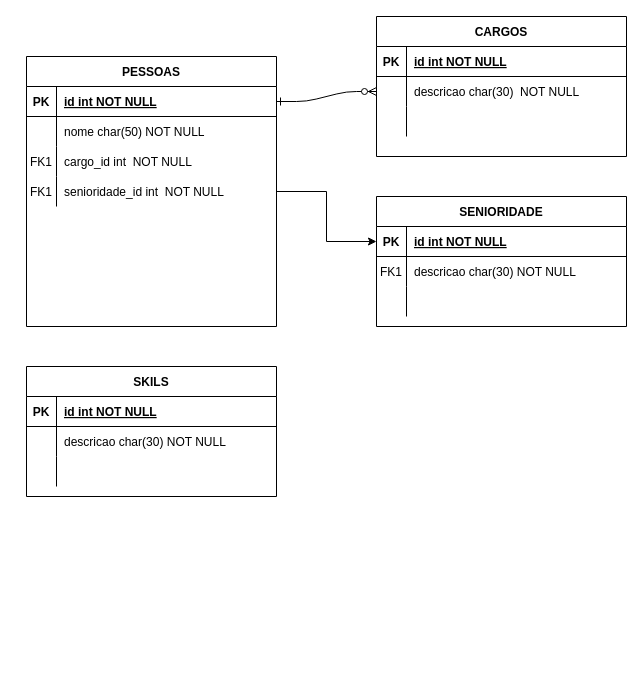
This is Diagrama sem título.drawio from nat-1501/projeto-site, a draw.io file, before an edit. Source tidied: cells renumbered, new cells numbered last; positions are measured from the earlier drawing's top-left corner, leaving out a move shared by most shapes. Both pictures are drawn from the tidied source at 100%, with x=0, y=0 at pixel (26, 16).
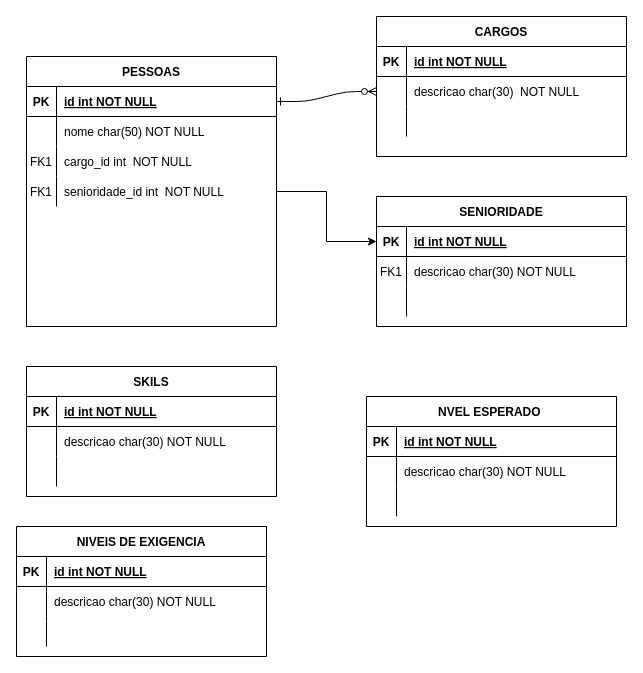
The same diagram, later.

What changed in the source:
```diff
@@
+    <mxCell id="47" value="NIVEIS DE EXIGENCIA" style="shape=table;startSize=30;childLayout=tableLayout;rowLines=0;fontStyle=1;align=center;" parent="1" vertex="1">
+      <mxGeometry x="-10" y="510" width="250" height="130" as="geometry" />
+    </mxCell>
+    <mxCell id="48" style="shape=partialRectangle;fillColor=none;top=0;left=0;right=0;bottom=1;" parent="47" vertex="1">
+      <mxGeometry y="30" width="250" height="30" as="geometry" />
+    </mxCell>
+    <mxCell id="49" value="PK" style="shape=partialRectangle;overflow=hidden;fillColor=none;top=0;left=0;bottom=0;right=0;fontStyle=1;" parent="48" vertex="1">
+      <mxGeometry width="30" height="30" as="geometry" />
+    </mxCell>
+    <mxCell id="50" value="id int NOT NULL " style="shape=partialRectangle;overflow=hidden;fillColor=none;top=0;left=0;bottom=0;right=0;align=left;spacingLeft=6;fontStyle=5;" parent="48" vertex="1">
+      <mxGeometry x="30" width="220" height="30" as="geometry" />
+    </mxCell>
+    <mxCell id="51" style="shape=partialRectangle;fillColor=none;top=0;left=0;right=0;bottom=0;" parent="47" vertex="1">
+      <mxGeometry y="60" width="250" height="30" as="geometry" />
+    </mxCell>
+    <mxCell id="52" style="shape=partialRectangle;overflow=hidden;fillColor=none;top=0;left=0;bottom=0;right=0;" parent="51" vertex="1">
+      <mxGeometry width="30" height="30" as="geometry" />
+    </mxCell>
+    <mxCell id="53" value="descricao char(30) NOT NULL" style="shape=partialRectangle;overflow=hidden;fillColor=none;top=0;left=0;bottom=0;right=0;align=left;spacingLeft=6;" parent="51" vertex="1">
+      <mxGeometry x="30" width="220" height="30" as="geometry" />
+    </mxCell>
+    <mxCell id="54" style="shape=partialRectangle;fillColor=none;top=0;left=0;right=0;bottom=0;" parent="47" vertex="1">
+      <mxGeometry y="90" width="250" height="30" as="geometry" />
+    </mxCell>
+    <mxCell id="55" style="shape=partialRectangle;overflow=hidden;fillColor=none;top=0;left=0;bottom=0;right=0;" parent="54" vertex="1">
+      <mxGeometry width="30" height="30" as="geometry" />
+    </mxCell>
+    <mxCell id="56" style="shape=partialRectangle;overflow=hidden;fillColor=none;top=0;left=0;bottom=0;right=0;align=left;spacingLeft=6;" parent="54" vertex="1">
+      <mxGeometry x="30" width="220" height="30" as="geometry" />
+    </mxCell>
+    <mxCell id="57" value="NVEL ESPERADO " style="shape=table;startSize=30;childLayout=tableLayout;rowLines=0;fontStyle=1;align=center;" parent="1" vertex="1">
+      <mxGeometry x="340" y="380" width="250" height="130" as="geometry" />
+    </mxCell>
+    <mxCell id="58" style="shape=partialRectangle;fillColor=none;top=0;left=0;right=0;bottom=1;" parent="57" vertex="1">
+      <mxGeometry y="30" width="250" height="30" as="geometry" />
+    </mxCell>
+    <mxCell id="59" value="PK" style="shape=partialRectangle;overflow=hidden;fillColor=none;top=0;left=0;bottom=0;right=0;fontStyle=1;" parent="58" vertex="1">
+      <mxGeometry width="30" height="30" as="geometry" />
+    </mxCell>
+    <mxCell id="60" value="id int NOT NULL " style="shape=partialRectangle;overflow=hidden;fillColor=none;top=0;left=0;bottom=0;right=0;align=left;spacingLeft=6;fontStyle=5;" parent="58" vertex="1">
+      <mxGeometry x="30" width="220" height="30" as="geometry" />
+    </mxCell>
+    <mxCell id="61" style="shape=partialRectangle;fillColor=none;top=0;left=0;right=0;bottom=0;" parent="57" vertex="1">
+      <mxGeometry y="60" width="250" height="30" as="geometry" />
+    </mxCell>
+    <mxCell id="62" style="shape=partialRectangle;overflow=hidden;fillColor=none;top=0;left=0;bottom=0;right=0;" parent="61" vertex="1">
+      <mxGeometry width="30" height="30" as="geometry" />
+    </mxCell>
+    <mxCell id="63" value="descricao char(30) NOT NULL" style="shape=partialRectangle;overflow=hidden;fillColor=none;top=0;left=0;bottom=0;right=0;align=left;spacingLeft=6;" parent="61" vertex="1">
+      <mxGeometry x="30" width="220" height="30" as="geometry" />
+    </mxCell>
+    <mxCell id="64" style="shape=partialRectangle;fillColor=none;top=0;left=0;right=0;bottom=0;" parent="57" vertex="1">
+      <mxGeometry y="90" width="250" height="30" as="geometry" />
+    </mxCell>
+    <mxCell id="65" style="shape=partialRectangle;overflow=hidden;fillColor=none;top=0;left=0;bottom=0;right=0;" parent="64" vertex="1">
+      <mxGeometry width="30" height="30" as="geometry" />
+    </mxCell>
+    <mxCell id="66" style="shape=partialRectangle;overflow=hidden;fillColor=none;top=0;left=0;bottom=0;right=0;align=left;spacingLeft=6;" parent="64" vertex="1">
+      <mxGeometry x="30" width="220" height="30" as="geometry" />
+    </mxCell>
```
